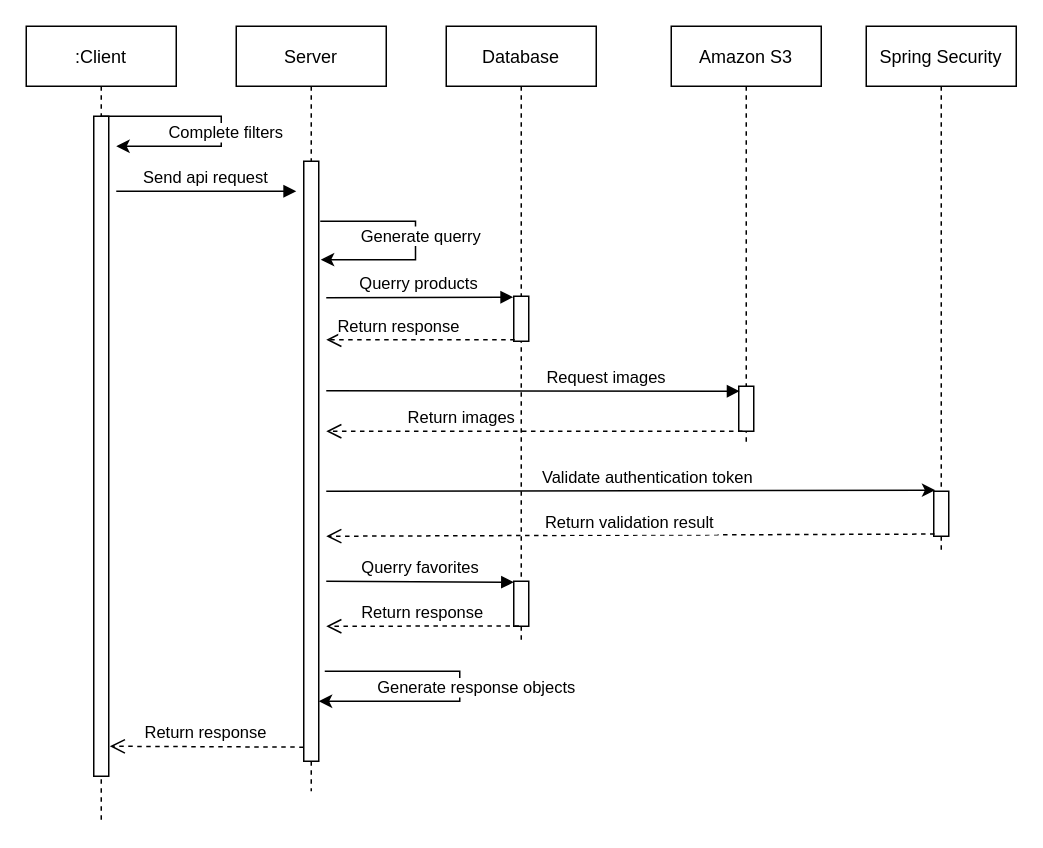
Earlier version of the draw.io diagram Diagrame/Sequence DIagram.drawio (sergiusergiu1234/licenta). Source tidied: cells renumbered, new cells numbered last; positions are measured from the earlier drawing's top-left corner, leaving out a move shared by most shapes. Both pictures are drawn from the tidied source at 150%, with x=0, y=0 at pixel (26, 26).
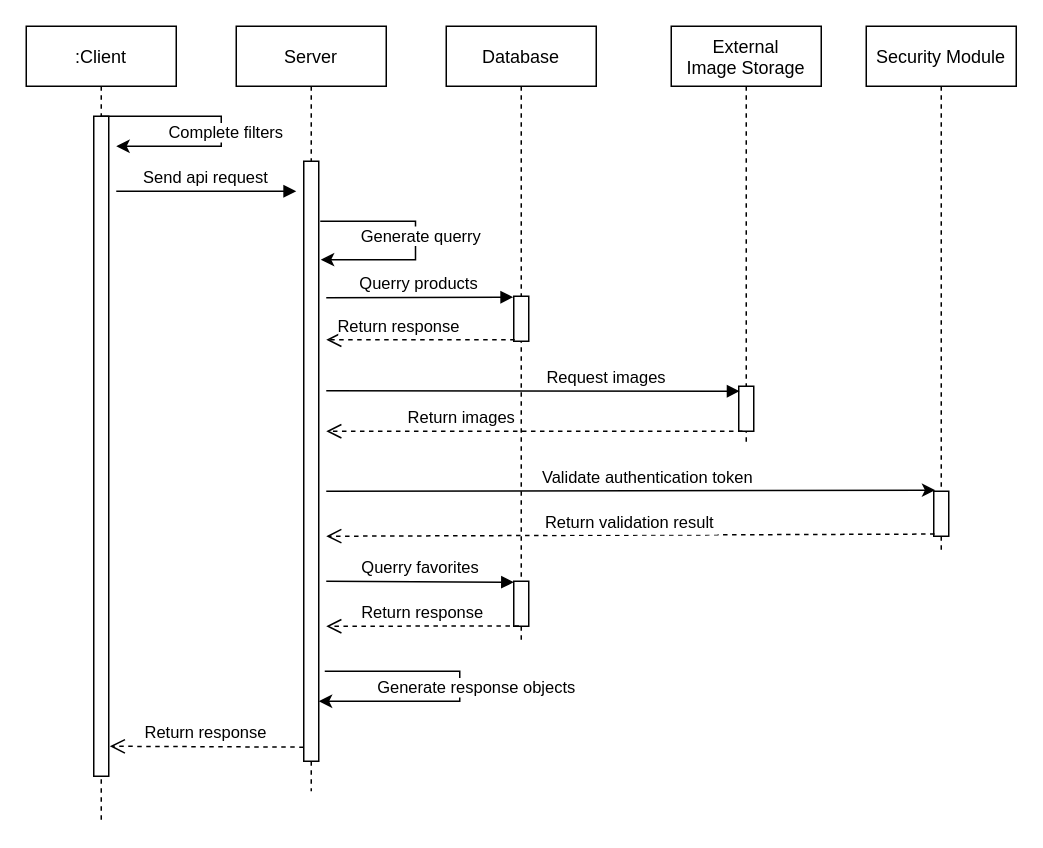
After the change.

Diff of the diagram source:
```diff
@@
-    <mxCell id="17" value="Amazon S3" style="shape=umlLifeline;perimeter=lifelinePerimeter;rounded=0;shadow=0;strokeWidth=1;" parent="1" vertex="1">
+    <mxCell id="17" value="External &#10;Image Storage" style="shape=umlLifeline;perimeter=lifelinePerimeter;rounded=0;shadow=0;strokeWidth=1;" parent="1" vertex="1">
       <mxGeometry x="430" width="100" height="280" as="geometry" />
     </mxCell>
@@
-    <mxCell id="20" value="Spring Security" style="shape=umlLifeline;perimeter=lifelinePerimeter;rounded=0;shadow=0;strokeWidth=1;" parent="1" vertex="1">
+    <mxCell id="20" value="Security Module" style="shape=umlLifeline;perimeter=lifelinePerimeter;rounded=0;shadow=0;strokeWidth=1;" parent="1" vertex="1">
       <mxGeometry x="560" width="100" height="350" as="geometry" />
     </mxCell>
```
